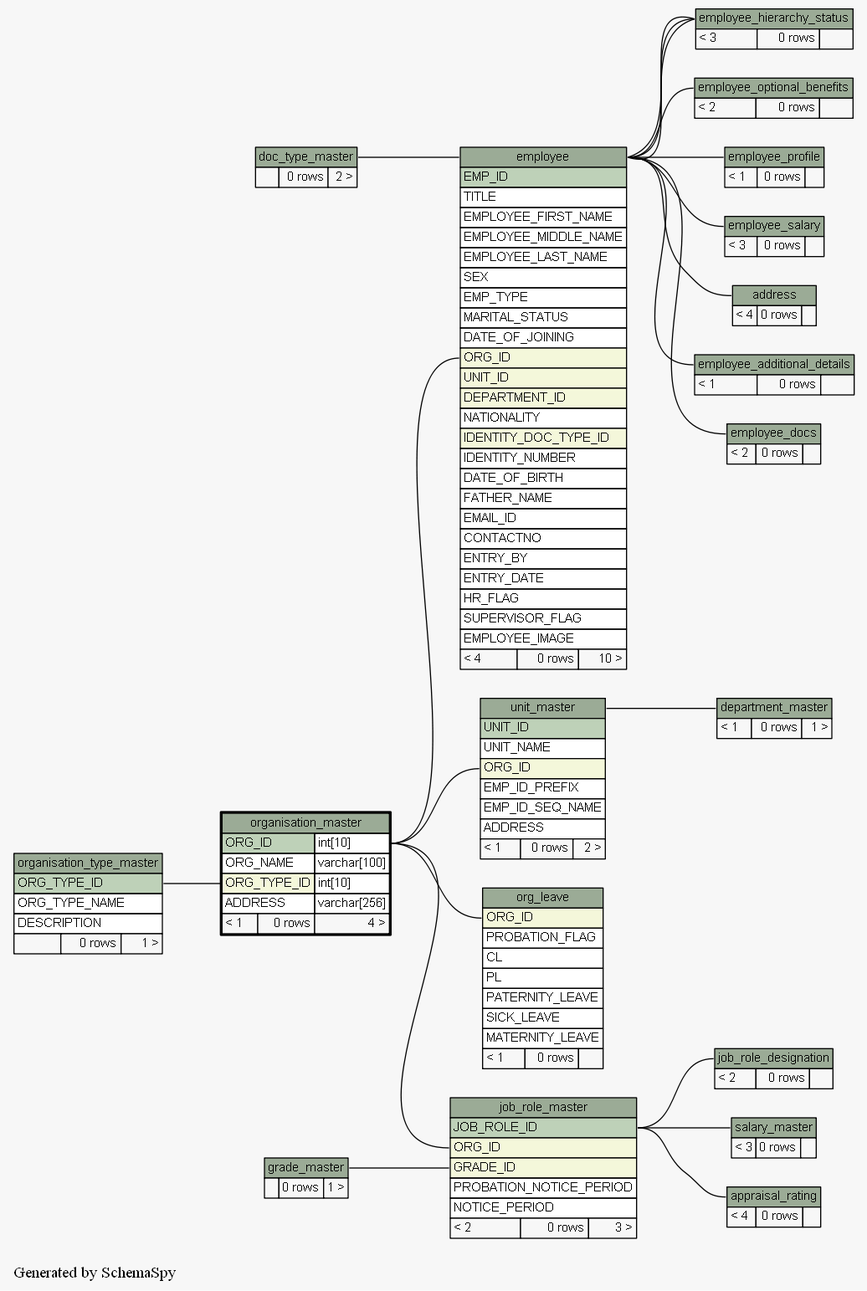
Before: docs/database/schemaspy/graphs/organisation_master.2degrees.png, a diagram exported from Graphviz (engineerscraft/hrms). Its source is kept beside it as docs/database/schemaspy/graphs/organisation_master.2degrees.dot.
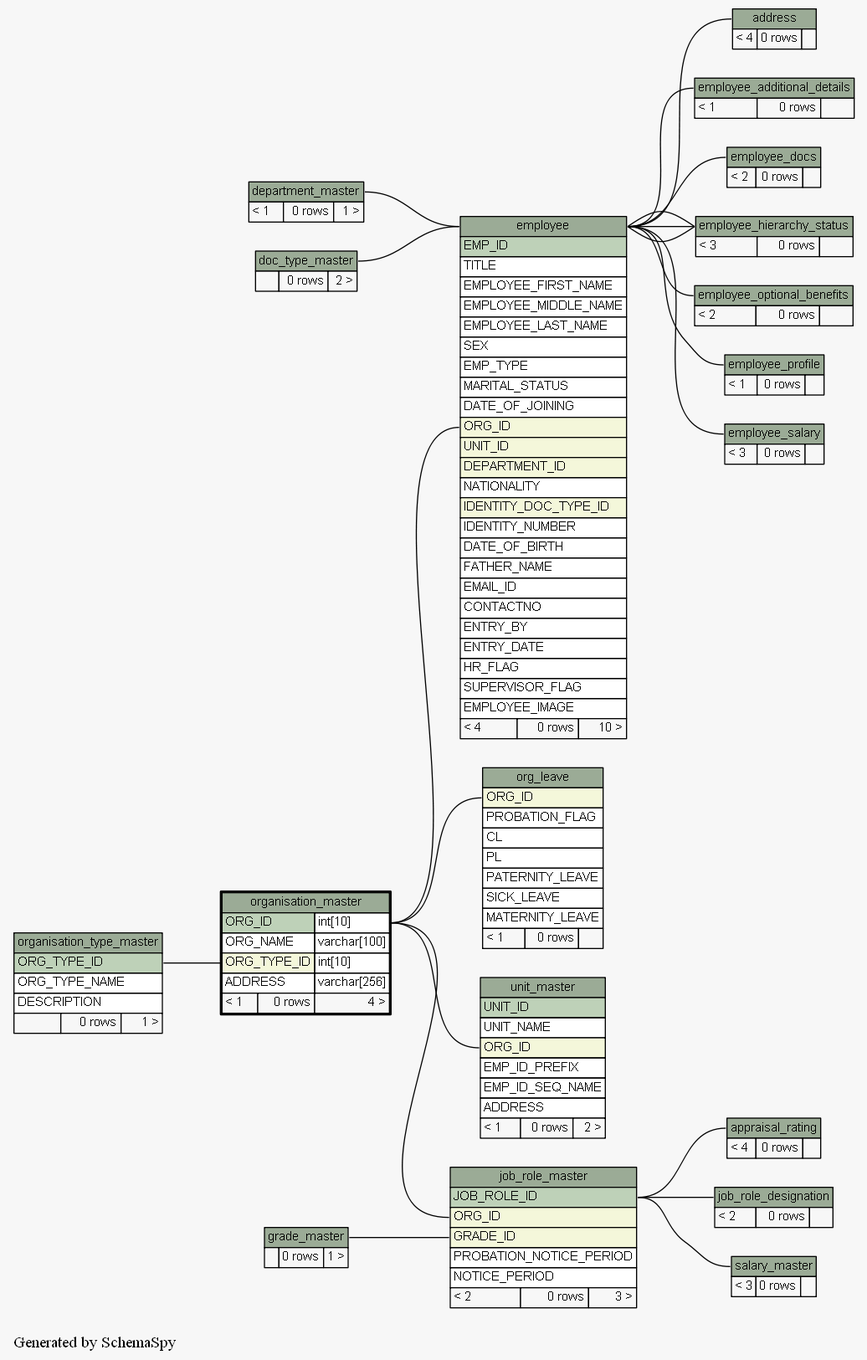
Later version of the same file.

Diff of the diagram source:
```diff
@@ -15,7 +15,7 @@
   ];
   "address":"address.heading":w -> "employee":"employee.heading":e [arrowtail=tee arrowhead=none];
   "appraisal_rating":"appraisal_rating.heading":w -> "job_role_master":"JOB_ROLE_ID":e [arrowtail=crowodot arrowhead=none];
-  "department_master":"department_master.heading":w -> "unit_master":"unit_master.heading":e [arrowtail=crowodot arrowhead=none];
+  "employee":"employee.heading":w -> "department_master":"department_master.heading":e [arrowtail=crowodot arrowhead=none];
   "employee":"employee.heading":w -> "doc_type_master":"doc_type_master.heading":e [arrowtail=crowodot arrowhead=none];
   "employee":"ORG_ID":w -> "organisation_master":"ORG_ID.type":e [arrowtail=crowodot arrowhead=none];
   "employee_additional_details":"employee_additional_details.heading":w -> "employee":"employee.heading":e [arrowtail=tee arrowhead=none];
```
